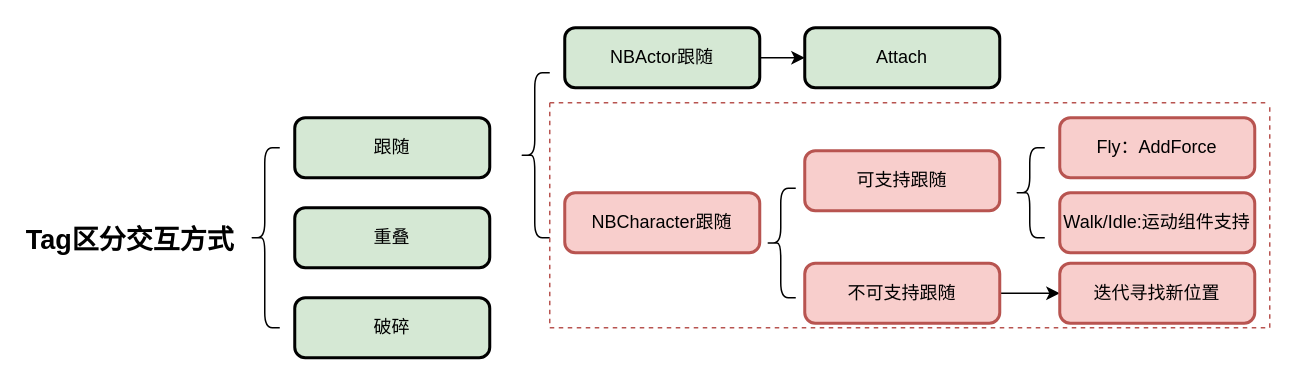
Before: 生成物交互.drawio in timesdaughter/RayTracing, a draw.io diagram. Source tidied: cells renumbered, new cells numbered last; positions are measured from the earlier drawing's top-left corner, leaving out a move shared by most shapes. Both pictures are drawn from the tidied source at 150%, with x=0, y=0 at pixel (99, 27).
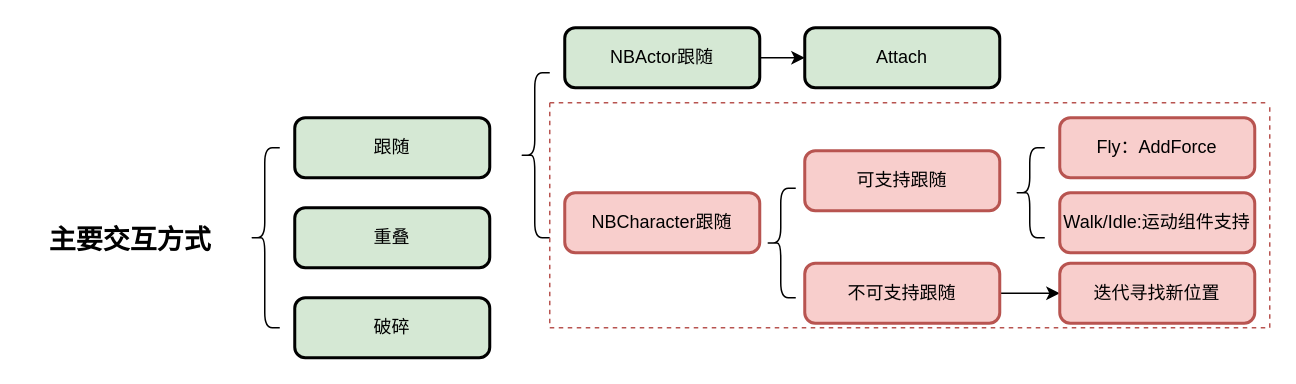
Above is the later version.

Commit message:
更新生成物交互.drawio

Change to the diagram source:
```diff
@@
-    <mxCell id="11" value="&lt;font style=&quot;font-size: 18px;&quot;&gt;Tag区分交互方式&lt;/font&gt;" style="text;strokeColor=none;fillColor=none;html=1;fontSize=24;fontStyle=1;verticalAlign=middle;align=center;" parent="1" vertex="1">
+    <mxCell id="11" value="&lt;span style=&quot;font-size: 18px;&quot;&gt;主要交互方式&lt;/span&gt;" style="text;strokeColor=none;fillColor=none;html=1;fontSize=24;fontStyle=1;verticalAlign=middle;align=center;" parent="1" vertex="1">
       <mxGeometry y="132.5" width="40" height="15" as="geometry" />
     </mxCell>
```
